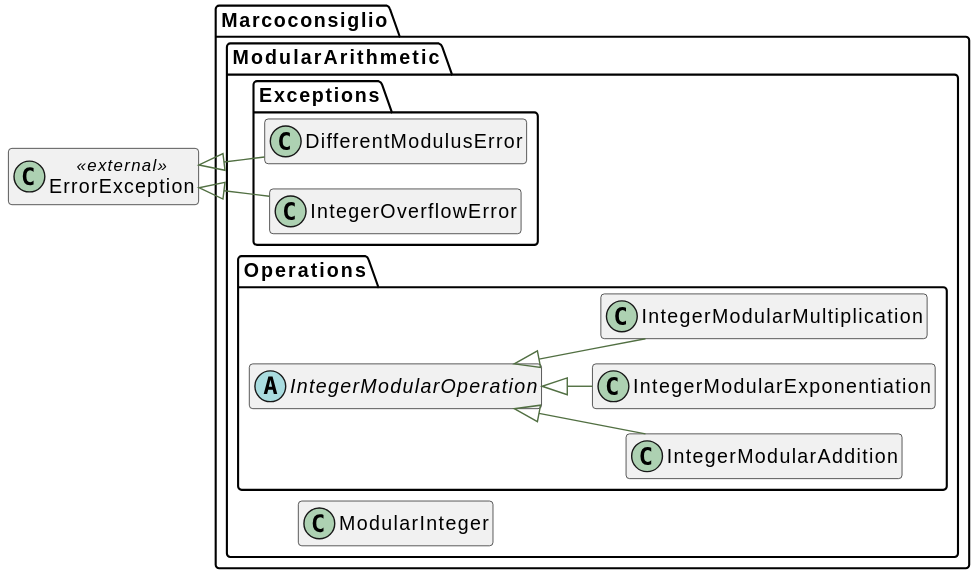
Before: docs/html/graphs/classes.svg, a diagram exported from PlantUML (MarcoConsiglio/php-modular-arithmetic).
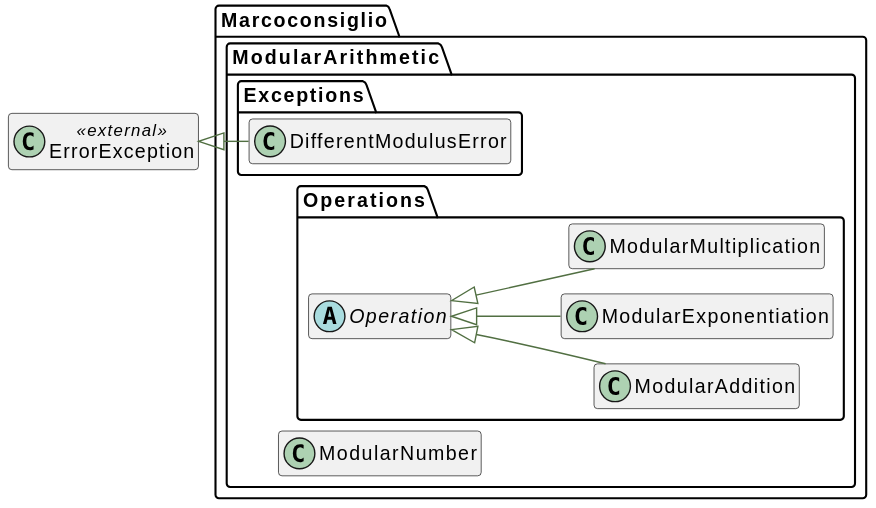
Later version of the same file.

Commit message:
doc: update UML class diagram

What changed in the source:
```diff
@@ -14,7 +14,7 @@
 set namespaceSeparator \\
 
 namespace Marcoconsiglio\\ModularArithmetic {
-     class "ModularInteger" as ModularInteger__class    {
+     class "ModularNumber" as ModularNumber__class    {
     }
 }
 class "ErrorException" as ErrorException__class << external >>{
@@ -23,24 +23,20 @@
      class "DifferentModulusError" as DifferentModulusError__class   extends \\ErrorException__class  {
     }
 }
-namespace Marcoconsiglio\\ModularArithmetic\\Exceptions {
-     class "IntegerOverflowError" as IntegerOverflowError__class   extends \\ErrorException__class  {
+namespace Marcoconsiglio\\ModularArithmetic\\Operations {
+    abstract  class "Operation" as Operation__class    {
     }
 }
 namespace Marcoconsiglio\\ModularArithmetic\\Operations {
-    abstract  class "IntegerModularOperation" as IntegerModularOperation__class    {
+     class "ModularAddition" as ModularAddition__class   extends \\Marcoconsiglio\\ModularArithmetic\\Operations\\Operation__class  {
     }
 }
 namespace Marcoconsiglio\\ModularArithmetic\\Operations {
-     class "IntegerModularAddition" as IntegerModularAddition__class   extends \\Marcoconsiglio\\ModularArithmetic\\Operations\\IntegerModularOperation__class  {
+     class "ModularExponentiation" as ModularExponentiation__class   extends \\Marcoconsiglio\\ModularArithmetic\\Operations\\Operation__class  {
     }
 }
 namespace Marcoconsiglio\\ModularArithmetic\\Operations {
-     class "IntegerModularExponentiation" as IntegerModularExponentiation__class   extends \\Marcoconsiglio\\ModularArithmetic\\Operations\\IntegerModularOperation__class  {
-    }
-}
-namespace Marcoconsiglio\\ModularArithmetic\\Operations {
-     class "IntegerModularMultiplication" as IntegerModularMultiplication__class   extends \\Marcoconsiglio\\ModularArithmetic\\Operations\\IntegerModularOperation__class  {
+     class "ModularMultiplication" as ModularMultiplication__class   extends \\Marcoconsiglio\\ModularArithmetic\\Operations\\Operation__class  {
     }
 }
 @enduml
```
